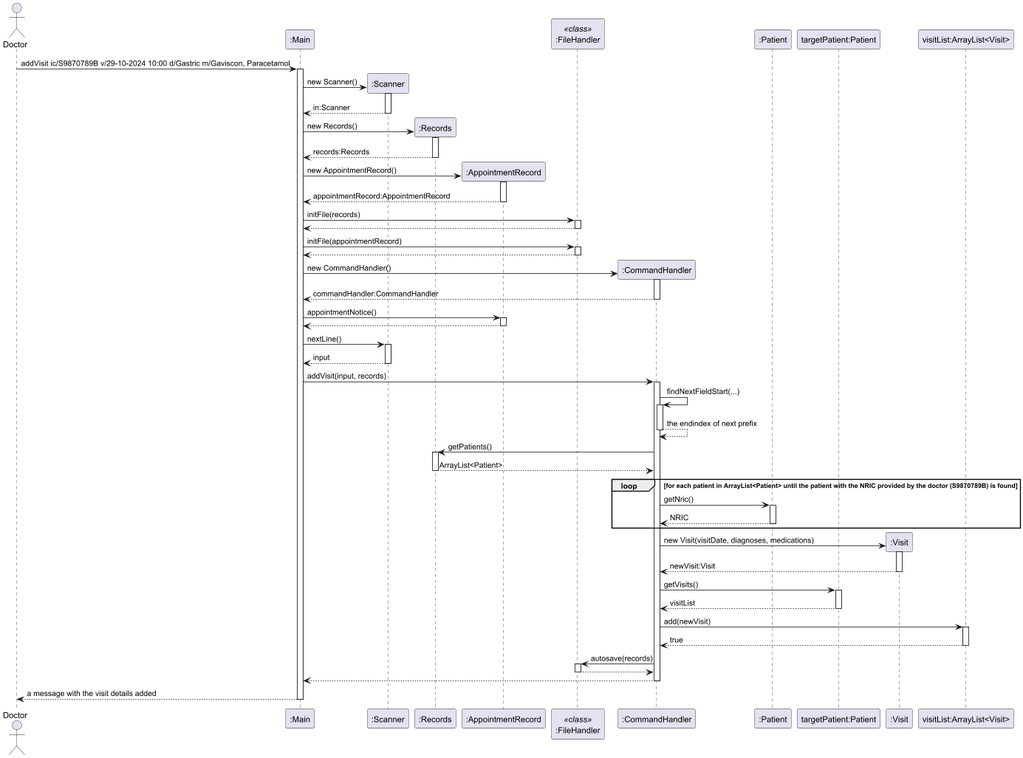
yentheng0110/tp keeps this PlantUML diagram as docs/AddVisitSequenceDiagram.png. Above is the earlier version. Its diagram source:
```plantuml
@startuml

actor Doctor

Doctor -> ":Main" ++ : addVisit ic/S9870789B v/29-10-2024 10:00 d/Gastric m/Gaviscon, Paracetamol

":Main" -> ":Scanner"**: new Scanner()
activate ":Scanner"
":Main" <-- ":Scanner": in:Scanner
deactivate ":Scanner"

":Main" -> ":Records"**: new Records()
activate ":Records"
":Main" <-- ":Records": records:Records
deactivate ":Records"

":Main" -> ":AppointmentRecord"**: new AppointmentRecord()
activate ":AppointmentRecord"
":Main" <-- ":AppointmentRecord": appointmentRecord:AppointmentRecord
deactivate ":AppointmentRecord"

participant ":FileHandler" as FileHandler <<class>>
":Main" -> FileHandler ++: initFile(records)
return

":Main" -> FileHandler ++: initFile(appointmentRecord)
return

":Main" -> ":CommandHandler"**: new CommandHandler()
activate ":CommandHandler"
":Main" <-- ":CommandHandler": commandHandler:CommandHandler
deactivate ":CommandHandler"

":Main" -> ":AppointmentRecord" ++: appointmentNotice()
return

":Main" -> ":Scanner" ++: nextLine()
return input

":Main" -> ":CommandHandler" ++: addVisit(input, records)
":CommandHandler" -> ":CommandHandler" ++: findNextFieldStart(...)
return the endindex of next prefix

":CommandHandler" -> ":Records" ++: getPatients()
":CommandHandler" <-- ":Records": ArrayList<Patient>
deactivate ":Records"

loop for each patient in ArrayList<Patient> until the patient with the NRIC provided by the doctor (S9870789B) is found
    ":CommandHandler" -> ":Patient"++: getNric()
    return NRIC
end

participant "targetPatient:Patient"

":CommandHandler" -> ":Visit"**: new Visit(visitDate, diagnoses, medications)
activate ":Visit"
":CommandHandler" <-- ":Visit": newVisit:Visit
deactivate ":Visit"

":CommandHandler" -> "targetPatient:Patient"++: getVisits()
participant "visitList:ArrayList<Visit>"
return visitList

":CommandHandler" -> "visitList:ArrayList<Visit>"++: add(newVisit)
return true

":CommandHandler" -> FileHandler ++: autosave(records)
return
":Main" <-- ":CommandHandler"
deactivate ":CommandHandler"

Doctor <-- ":Main": a message with the visit details added
deactivate ":Main"
@enduml
```
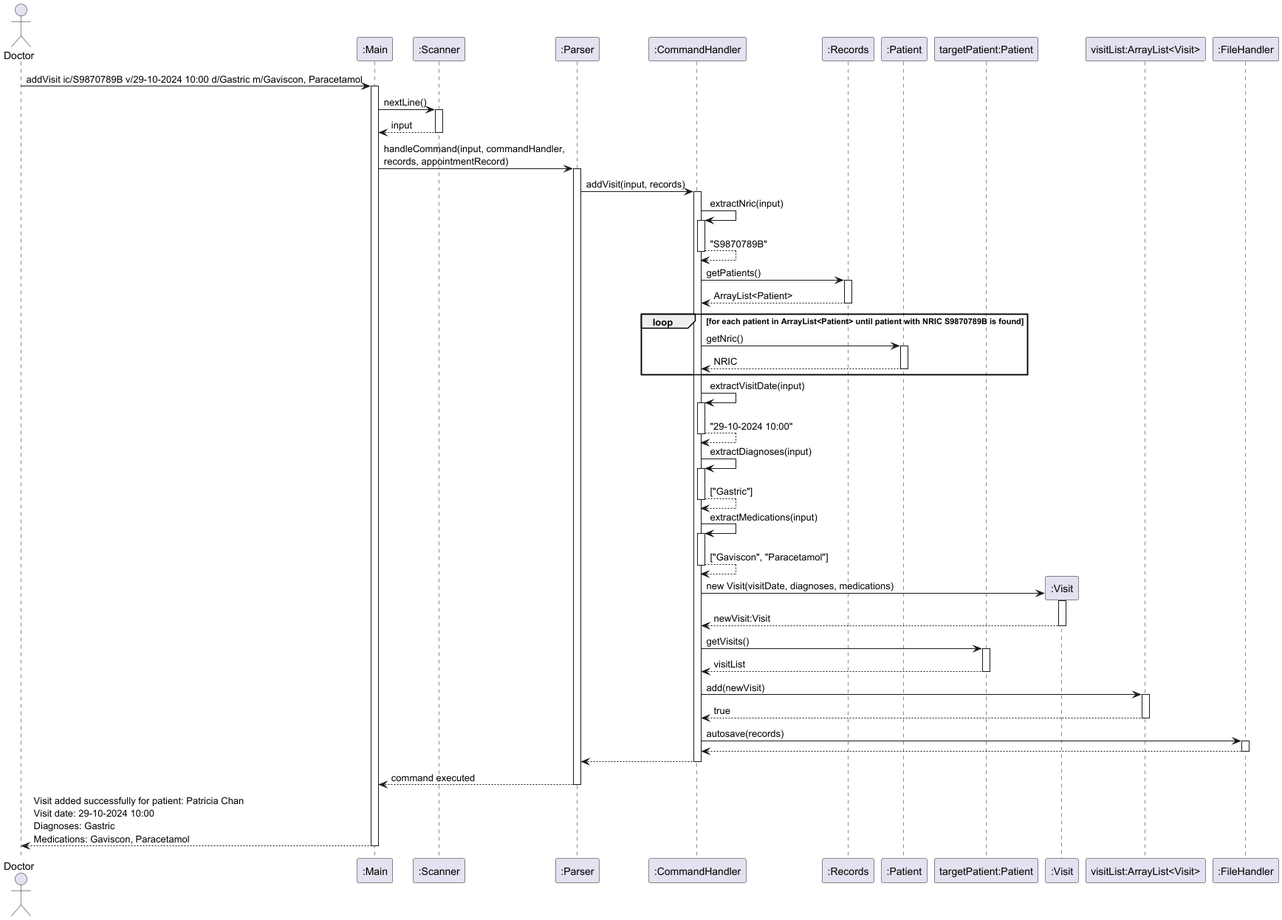
Above is the later version.

The edit, as a diff of the source:
```diff
@@ -2,73 +2,59 @@
 
 actor Doctor
 
-Doctor -> ":Main" ++ : addVisit ic/S9870789B v/29-10-2024 10:00 d/Gastric m/Gaviscon, Paracetamol
-
-":Main" -> ":Scanner"**: new Scanner()
-activate ":Scanner"
-":Main" <-- ":Scanner": in:Scanner
-deactivate ":Scanner"
-
-":Main" -> ":Records"**: new Records()
-activate ":Records"
-":Main" <-- ":Records": records:Records
-deactivate ":Records"
-
-":Main" -> ":AppointmentRecord"**: new AppointmentRecord()
-activate ":AppointmentRecord"
-":Main" <-- ":AppointmentRecord": appointmentRecord:AppointmentRecord
-deactivate ":AppointmentRecord"
-
-participant ":FileHandler" as FileHandler <<class>>
-":Main" -> FileHandler ++: initFile(records)
-return
-
-":Main" -> FileHandler ++: initFile(appointmentRecord)
-return
-
-":Main" -> ":CommandHandler"**: new CommandHandler()
-activate ":CommandHandler"
-":Main" <-- ":CommandHandler": commandHandler:CommandHandler
-deactivate ":CommandHandler"
-
-":Main" -> ":AppointmentRecord" ++: appointmentNotice()
-return
+Doctor -> ":Main" ++: addVisit ic/S9870789B v/29-10-2024 10:00 d/Gastric m/Gaviscon, Paracetamol
 
 ":Main" -> ":Scanner" ++: nextLine()
 return input
 
-":Main" -> ":CommandHandler" ++: addVisit(input, records)
-":CommandHandler" -> ":CommandHandler" ++: findNextFieldStart(...)
-return the endindex of next prefix
+":Main" -> ":Parser" ++: handleCommand(input, commandHandler,\nrecords, appointmentRecord)
+":Parser" -> ":CommandHandler" ++: addVisit(input, records)
+
+":CommandHandler" -> ":CommandHandler" ++: extractNric(input)
+return "S9870789B"
 
 ":CommandHandler" -> ":Records" ++: getPatients()
-":CommandHandler" <-- ":Records": ArrayList<Patient>
-deactivate ":Records"
+return ArrayList<Patient>
 
-loop for each patient in ArrayList<Patient> until the patient with the NRIC provided by the doctor (S9870789B) is found
-    ":CommandHandler" -> ":Patient"++: getNric()
+loop for each patient in ArrayList<Patient> until patient with NRIC S9870789B is found
+    ":CommandHandler" -> ":Patient" ++: getNric()
     return NRIC
 end
 
 participant "targetPatient:Patient"
 
+":CommandHandler" -> ":CommandHandler" ++: extractVisitDate(input)
+return "29-10-2024 10:00"
+
+":CommandHandler" -> ":CommandHandler" ++: extractDiagnoses(input)
+return ["Gastric"]
+
+":CommandHandler" -> ":CommandHandler" ++: extractMedications(input)
+return ["Gaviscon", "Paracetamol"]
+
+create ":Visit"
 ":CommandHandler" -> ":Visit"**: new Visit(visitDate, diagnoses, medications)
 activate ":Visit"
 ":CommandHandler" <-- ":Visit": newVisit:Visit
 deactivate ":Visit"
 
-":CommandHandler" -> "targetPatient:Patient"++: getVisits()
+":CommandHandler" -> "targetPatient:Patient" ++: getVisits()
 participant "visitList:ArrayList<Visit>"
 return visitList
 
-":CommandHandler" -> "visitList:ArrayList<Visit>"++: add(newVisit)
+":CommandHandler" -> "visitList:ArrayList<Visit>" ++: add(newVisit)
 return true
 
-":CommandHandler" -> FileHandler ++: autosave(records)
+":CommandHandler" -> ":FileHandler" ++: autosave(records)
 return
-":Main" <-- ":CommandHandler"
+
+":Parser" <-- ":CommandHandler"
 deactivate ":CommandHandler"
 
-Doctor <-- ":Main": a message with the visit details added
+":Main" <-- ":Parser": command executed
+deactivate ":Parser"
+
+Doctor <-- ":Main": Visit added successfully for patient: Patricia Chan\nVisit date: 29-10-2024 10:00\nDiagnoses: Gastric\nMedications: Gaviscon, Paracetamol
 deactivate ":Main"
+
 @enduml
```
